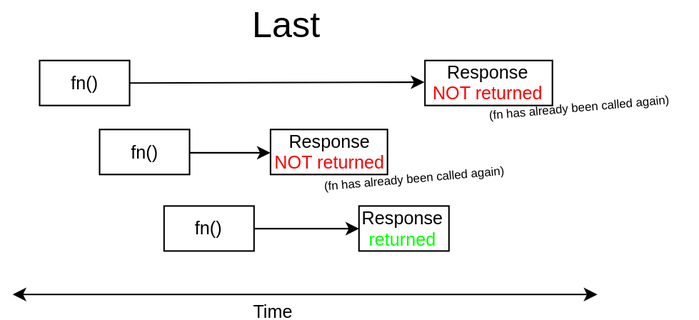
kasvtv/micro-observers keeps this draw.io diagram as diagrams/last.svg. Above is the earlier version. Source tidied: cells renumbered, new cells last; positions are measured from the earlier drawing's top-left corner, leaving out a move shared by most shapes.
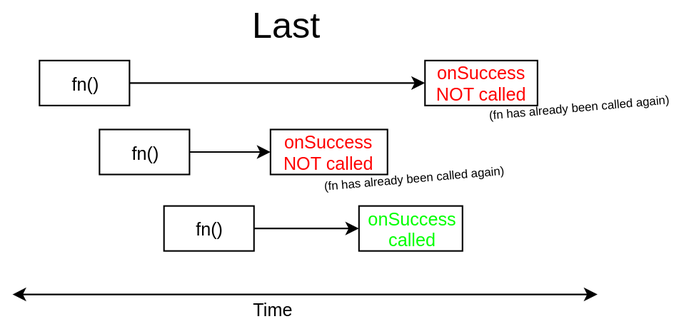
The same file after the commit.

The edit, as a diff of the source:
```diff
@@ -27,11 +27,11 @@
         <mxPoint x="78" y="55" as="sourcePoint" />
       </mxGeometry>
     </mxCell>
-    <mxCell id="8" value="Response&lt;br&gt;&lt;font color=&quot;#ff0000&quot;&gt;NOT returned&lt;/font&gt;" style="rounded=0;whiteSpace=wrap;html=1;" parent="1" vertex="1">
-      <mxGeometry x="275" y="40" width="85" height="30" as="geometry" />
+    <mxCell id="8" value="&lt;font color=&quot;#ff0000&quot;&gt;onSuccess NOT called&lt;/font&gt;" style="rounded=0;whiteSpace=wrap;html=1;" parent="1" vertex="1">
+      <mxGeometry x="275" y="40" width="75" height="30" as="geometry" />
     </mxCell>
-    <mxCell id="9" value="Response&lt;br&gt;&lt;font color=&quot;#00ff00&quot;&gt;returned&lt;/font&gt;" style="rounded=0;whiteSpace=wrap;html=1;" parent="1" vertex="1">
-      <mxGeometry x="231" y="137" width="60" height="30" as="geometry" />
+    <mxCell id="9" value="&lt;span style=&quot;color: rgb(0 , 255 , 0)&quot;&gt;onSuccess&lt;/span&gt;&lt;br style=&quot;color: rgb(0 , 255 , 0)&quot;&gt;&lt;span style=&quot;color: rgb(0 , 255 , 0)&quot;&gt;called&lt;/span&gt;" style="rounded=0;whiteSpace=wrap;html=1;" parent="1" vertex="1">
+      <mxGeometry x="231" y="137" width="69" height="30" as="geometry" />
     </mxCell>
     <mxCell id="10" style="edgeStyle=orthogonalEdgeStyle;rounded=0;jettySize=auto;html=1;exitX=1;exitY=0.5;exitDx=0;exitDy=0;" parent="1" edge="1" source="11" target="12">
       <mxGeometry relative="1" as="geometry" />
@@ -39,7 +39,7 @@
     <mxCell id="11" value="fn()" style="rounded=0;whiteSpace=wrap;html=1;" parent="1" vertex="1">
       <mxGeometry x="58" y="86" width="60" height="30" as="geometry" />
     </mxCell>
-    <mxCell id="12" value="Response&lt;br&gt;&lt;font color=&quot;#ff0000&quot;&gt;NOT returned&lt;/font&gt;" style="rounded=0;whiteSpace=wrap;html=1;" parent="1" vertex="1">
+    <mxCell id="12" value="&lt;span style=&quot;color: rgb(255 , 0 , 0)&quot;&gt;onSuccess NOT called&lt;/span&gt;" style="rounded=0;whiteSpace=wrap;html=1;" parent="1" vertex="1">
       <mxGeometry x="172" y="86" width="78" height="30" as="geometry" />
     </mxCell>
     <mxCell id="13" value="&lt;font style=&quot;font-size: 24px&quot;&gt;Last&lt;br&gt;&lt;/font&gt;" style="text;html=1;align=left;verticalAlign=top;spacingTop=-4;" parent="1" vertex="1">
```
